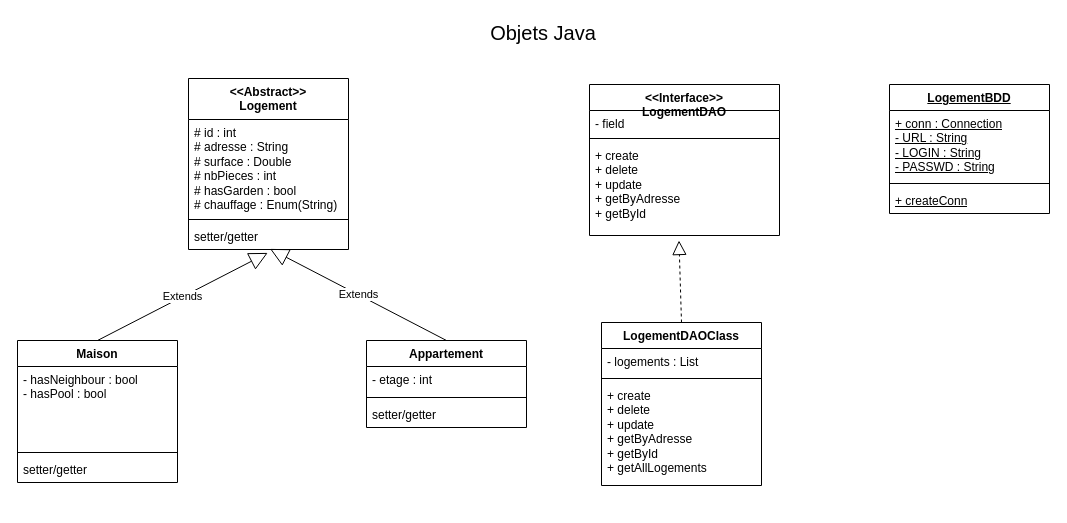
This is page "Page-1" (1 of 2) of UML/Java_Projet.drawio from QuentinSanterne/Projet_Java_M2I, a draw.io file, before an edit. Source tidied: cells renumbered, new cells numbered last; positions are measured from the earlier drawing's top-left corner, leaving out a move shared by most shapes. Both pictures are drawn from the tidied source at 100%, with x=0, y=0 at pixel (17, 17).
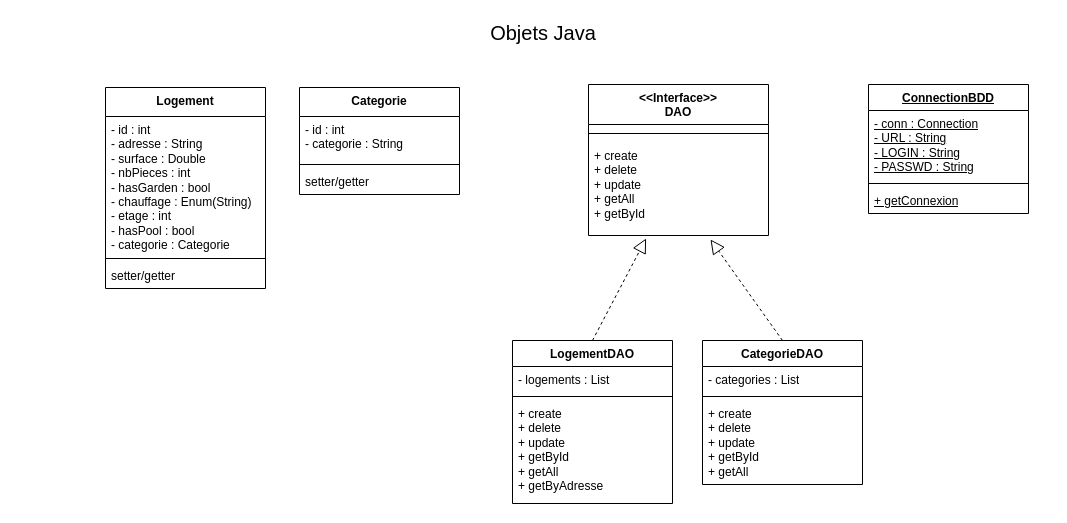
After the change.

Commit message:
Mettre à jour Java_Projet.drawio

Change to the diagram source:
```diff
@@
-    <mxCell id="2" value="&amp;lt;&amp;lt;Abstract&amp;gt;&amp;gt;&lt;br&gt;Logement" style="swimlane;fontStyle=1;align=center;verticalAlign=top;horizontal=1;startSize=41;whiteSpace=wrap;html=1;" parent="1" vertex="1">
-      <mxGeometry x="171" y="61" width="160" height="171" as="geometry" />
+    <mxCell id="2" value="Logement" style="swimlane;fontStyle=1;align=center;verticalAlign=top;horizontal=1;startSize=29;whiteSpace=wrap;html=1;direction=east;swimlaneLine=1;glass=0;rounded=0;shadow=0;" parent="1" vertex="1">
+      <mxGeometry x="88" y="70" width="160" height="201" as="geometry" />
     </mxCell>
-    <mxCell id="3" value="# id : int&lt;br&gt;# adresse : String&lt;div&gt;# surface : Double&lt;/div&gt;&lt;div&gt;# nbPieces : int&lt;/div&gt;&lt;div&gt;# hasGarden : bool&lt;/div&gt;&lt;div&gt;# chauffage : Enum(String)&lt;/div&gt;" style="text;strokeColor=none;fillColor=none;align=left;verticalAlign=top;spacingLeft=4;spacingRight=4;overflow=hidden;whiteSpace=wrap;html=1;" parent="2" vertex="1">
-      <mxGeometry y="41" width="160" height="96" as="geometry" />
+    <mxCell id="3" value="- id : int&lt;br&gt;- adresse : String&lt;div&gt;- surface : Double&lt;/div&gt;&lt;div&gt;- nbPieces : int&lt;/div&gt;&lt;div&gt;- hasGarden : bool&lt;/div&gt;&lt;div&gt;- chauffage : Enum(String)&lt;/div&gt;&lt;div&gt;- etage : int&lt;br&gt;&lt;/div&gt;&lt;div&gt;- hasPool : bool&lt;br&gt;&lt;/div&gt;&lt;div&gt;- categorie : Categorie&lt;/div&gt;" style="text;strokeColor=none;fillColor=none;align=left;verticalAlign=top;spacingLeft=4;spacingRight=4;overflow=hidden;whiteSpace=wrap;html=1;" parent="2" vertex="1">
+      <mxGeometry y="29" width="160" height="138" as="geometry" />
     </mxCell>
     <mxCell id="4" style="line;strokeWidth=1;fillColor=none;align=left;verticalAlign=middle;spacingTop=-1;spacingLeft=3;spacingRight=3;labelPosition=right;strokeColor=inherit;" parent="2" vertex="1">
-      <mxGeometry y="137" width="160" height="8" as="geometry" />
+      <mxGeometry y="167" width="160" height="8" as="geometry" />
     </mxCell>
     <mxCell id="5" value="setter/getter" style="text;strokeColor=none;fillColor=none;align=left;verticalAlign=top;spacingLeft=4;spacingRight=4;overflow=hidden;points=[[0,0.5],[1,0.5]];portConstraint=eastwest;whiteSpace=wrap;html=1;" parent="2" vertex="1">
-      <mxGeometry y="145" width="160" height="26" as="geometry" />
+      <mxGeometry y="175" width="160" height="26" as="geometry" />
     </mxCell>
-    <mxCell id="6" value="Maison" style="swimlane;fontStyle=1;align=center;verticalAlign=top;horizontal=1;startSize=26;whiteSpace=wrap;html=1;" parent="1" vertex="1">
-      <mxGeometry y="323" width="160" height="142" as="geometry" />
-    </mxCell>
-    <mxCell id="7" value="- hasNeighbour : bool&lt;div&gt;- hasPool : bool&lt;/div&gt;&lt;div&gt;&lt;br&gt;&lt;/div&gt;" style="text;strokeColor=none;fillColor=none;align=left;verticalAlign=top;spacingLeft=4;spacingRight=4;overflow=hidden;whiteSpace=wrap;html=1;" parent="6" vertex="1">
-      <mxGeometry y="26" width="160" height="82" as="geometry" />
-    </mxCell>
-    <mxCell id="8" style="line;strokeWidth=1;fillColor=none;align=left;verticalAlign=middle;spacingTop=-1;spacingLeft=3;spacingRight=3;labelPosition=right;strokeColor=inherit;" parent="6" vertex="1">
-      <mxGeometry y="108" width="160" height="8" as="geometry" />
-    </mxCell>
-    <mxCell id="9" value="setter/getter" style="text;strokeColor=none;fillColor=none;align=left;verticalAlign=top;spacingLeft=4;spacingRight=4;overflow=hidden;whiteSpace=wrap;html=1;" parent="6" vertex="1">
-      <mxGeometry y="116" width="160" height="26" as="geometry" />
-    </mxCell>
-    <mxCell id="10" value="Extends" style="endArrow=block;endSize=16;endFill=0;html=1;rounded=0;exitX=0.5;exitY=0;exitDx=0;exitDy=0;entryX=0.495;entryY=1.131;entryDx=0;entryDy=0;entryPerimeter=0;" parent="1" edge="1" source="6" target="5">
-      <mxGeometry relative="1" as="geometry" />
-    </mxCell>
-    <mxCell id="11" value="Appartement" style="swimlane;fontStyle=1;align=center;verticalAlign=top;horizontal=1;startSize=26;whiteSpace=wrap;html=1;" parent="1" vertex="1">
-      <mxGeometry x="349" y="323" width="160" height="87" as="geometry" />
-    </mxCell>
-    <mxCell id="12" value="&lt;div&gt;- etage : int&lt;/div&gt;" style="text;strokeColor=none;fillColor=none;align=left;verticalAlign=top;spacingLeft=4;spacingRight=4;overflow=hidden;whiteSpace=wrap;html=1;" parent="11" vertex="1">
-      <mxGeometry y="26" width="160" height="27" as="geometry" />
-    </mxCell>
-    <mxCell id="13" style="line;strokeWidth=1;fillColor=none;align=left;verticalAlign=middle;spacingTop=-1;spacingLeft=3;spacingRight=3;labelPosition=right;strokeColor=inherit;" parent="11" vertex="1">
-      <mxGeometry y="53" width="160" height="8" as="geometry" />
-    </mxCell>
-    <mxCell id="14" value="setter/getter" style="text;strokeColor=none;fillColor=none;align=left;verticalAlign=top;spacingLeft=4;spacingRight=4;overflow=hidden;whiteSpace=wrap;html=1;" parent="11" vertex="1">
-      <mxGeometry y="61" width="160" height="26" as="geometry" />
-    </mxCell>
-    <mxCell id="15" value="Extends" style="endArrow=block;endSize=16;endFill=0;html=1;rounded=0;exitX=0.5;exitY=0;exitDx=0;exitDy=0;entryX=0.51;entryY=0.977;entryDx=0;entryDy=0;entryPerimeter=0;" parent="1" edge="1" source="11" target="5">
-      <mxGeometry relative="1" as="geometry" />
-    </mxCell>
-    <mxCell id="16" value="&amp;lt;&amp;lt;Interface&amp;gt;&amp;gt;&lt;div&gt;LogementDAO&lt;/div&gt;" style="swimlane;fontStyle=1;align=center;verticalAlign=top;horizontal=1;startSize=26;whiteSpace=wrap;html=1;" parent="1" vertex="1">
-      <mxGeometry x="572" y="67" width="190" height="151" as="geometry" />
-    </mxCell>
-    <mxCell id="17" value="- field" style="text;strokeColor=none;fillColor=none;align=left;verticalAlign=top;spacingLeft=4;spacingRight=4;overflow=hidden;whiteSpace=wrap;html=1;" parent="16" vertex="1">
-      <mxGeometry y="26" width="190" height="24" as="geometry" />
-    </mxCell>
-    <mxCell id="18" style="line;strokeWidth=1;fillColor=none;align=left;verticalAlign=middle;spacingTop=-1;spacingLeft=3;spacingRight=3;labelPosition=right;strokeColor=inherit;" parent="16" vertex="1">
-      <mxGeometry y="50" width="190" height="8" as="geometry" />
-    </mxCell>
-    <mxCell id="19" value="+ create&lt;div&gt;+ delete&lt;/div&gt;&lt;div&gt;+ update&lt;/div&gt;&lt;div&gt;+ getByAdresse&lt;/div&gt;&lt;div&gt;+ getById&lt;/div&gt;" style="text;strokeColor=none;fillColor=none;align=left;verticalAlign=top;spacingLeft=4;spacingRight=4;overflow=hidden;points=[[0,0.5],[1,0.5]];portConstraint=eastwest;whiteSpace=wrap;html=1;" parent="16" vertex="1">
-      <mxGeometry y="58" width="190" height="93" as="geometry" />
-    </mxCell>
-    <mxCell id="20" value="&lt;u&gt;LogementBDD&lt;/u&gt;" style="swimlane;fontStyle=1;align=center;verticalAlign=top;horizontal=1;startSize=26;whiteSpace=wrap;html=1;" parent="1" vertex="1">
-      <mxGeometry x="872" y="67" width="160" height="129" as="geometry" />
+    <mxCell id="20" value="&lt;u&gt;ConnectionBDD&lt;/u&gt;" style="swimlane;fontStyle=1;align=center;verticalAlign=top;horizontal=1;startSize=26;whiteSpace=wrap;html=1;" parent="1" vertex="1">
+      <mxGeometry x="851" y="67" width="160" height="129" as="geometry" />
     </mxCell>
-    <mxCell id="21" value="&lt;u&gt;+ conn : Connection&lt;br&gt;- URL : String&lt;/u&gt;&lt;div&gt;&lt;u&gt;- LOGIN : String&lt;/u&gt;&lt;/div&gt;&lt;div&gt;&lt;u&gt;- PASSWD : String&lt;/u&gt;&lt;/div&gt;" style="text;strokeColor=none;fillColor=none;align=left;verticalAlign=top;spacingLeft=4;spacingRight=4;overflow=hidden;whiteSpace=wrap;html=1;" parent="20" vertex="1">
+    <mxCell id="21" value="&lt;u&gt;- conn : Connection&lt;br&gt;- URL : String&lt;/u&gt;&lt;div&gt;&lt;u&gt;- LOGIN : String&lt;/u&gt;&lt;/div&gt;&lt;div&gt;&lt;u&gt;- PASSWD : String&lt;/u&gt;&lt;/div&gt;" style="text;strokeColor=none;fillColor=none;align=left;verticalAlign=top;spacingLeft=4;spacingRight=4;overflow=hidden;whiteSpace=wrap;html=1;" parent="20" vertex="1">
       <mxGeometry y="26" width="160" height="69" as="geometry" />
     </mxCell>
@@
-    <mxCell id="23" value="&lt;u&gt;+ createConn&lt;/u&gt;" style="text;strokeColor=none;fillColor=none;align=left;verticalAlign=top;spacingLeft=4;spacingRight=4;overflow=hidden;whiteSpace=wrap;html=1;" parent="20" vertex="1">
+    <mxCell id="23" value="&lt;u&gt;+ getConnexion&lt;/u&gt;" style="text;strokeColor=none;fillColor=none;align=left;verticalAlign=top;spacingLeft=4;spacingRight=4;overflow=hidden;whiteSpace=wrap;html=1;" parent="20" vertex="1">
       <mxGeometry y="103" width="160" height="26" as="geometry" />
     </mxCell>
@@
-    <mxCell id="25" value="LogementDAOClass" style="swimlane;fontStyle=1;align=center;verticalAlign=top;horizontal=1;startSize=26;whiteSpace=wrap;html=1;" parent="1" vertex="1">
-      <mxGeometry x="584" y="305" width="160" height="163" as="geometry" />
+    <mxCell id="25" value="LogementDAO" style="swimlane;fontStyle=1;align=center;verticalAlign=top;horizontal=1;startSize=26;whiteSpace=wrap;html=1;" parent="1" vertex="1">
+      <mxGeometry x="495" y="323" width="160" height="163" as="geometry" />
     </mxCell>
@@
-    <mxCell id="28" value="+ create&lt;div&gt;+ delete&lt;/div&gt;&lt;div&gt;+ update&lt;/div&gt;&lt;div&gt;+ getByAdresse&lt;/div&gt;&lt;div&gt;+ getById&lt;/div&gt;&lt;div&gt;+ getAllLogements&lt;/div&gt;" style="text;strokeColor=none;fillColor=none;align=left;verticalAlign=top;spacingLeft=4;spacingRight=4;overflow=hidden;whiteSpace=wrap;html=1;" parent="25" vertex="1">
+    <mxCell id="28" value="+ create&lt;div&gt;+ delete&lt;/div&gt;&lt;div&gt;+ update&lt;/div&gt;&lt;div&gt;&lt;span style=&quot;background-color: initial;&quot;&gt;+ getById&lt;/span&gt;&lt;br&gt;&lt;/div&gt;&lt;div&gt;+ getAll&lt;/div&gt;&lt;div&gt;+ getByAdresse&lt;br&gt;&lt;/div&gt;" style="text;strokeColor=none;fillColor=none;align=left;verticalAlign=top;spacingLeft=4;spacingRight=4;overflow=hidden;whiteSpace=wrap;html=1;" parent="25" vertex="1">
       <mxGeometry y="60" width="160" height="103" as="geometry" />
     </mxCell>
-    <mxCell id="29" style="endArrow=block;dashed=1;endFill=0;endSize=12;html=1;rounded=0;exitX=0.5;exitY=0;exitDx=0;exitDy=0;entryX=0.471;entryY=1.054;entryDx=0;entryDy=0;entryPerimeter=0;" parent="1" edge="1" source="25" target="19">
+    <mxCell id="29" style="endArrow=block;dashed=1;endFill=0;endSize=12;html=1;rounded=0;exitX=0.5;exitY=0;exitDx=0;exitDy=0;entryX=0.32;entryY=1.032;entryDx=0;entryDy=0;entryPerimeter=0;" parent="1" edge="1" source="25" target="32">
       <mxGeometry relative="1" as="geometry" />
     </mxCell>
+    <mxCell id="30" value="&amp;lt;&amp;lt;Interface&amp;gt;&amp;gt;&lt;div style=&quot;line-height: 120%;&quot;&gt;DAO&lt;/div&gt;" style="swimlane;fontStyle=1;align=center;verticalAlign=top;horizontal=1;startSize=40;whiteSpace=wrap;html=1;swimlaneLine=1;shadow=0;swimlaneFillColor=none;fillColor=default;labelPosition=center;verticalLabelPosition=middle;" parent="1" vertex="1">
+      <mxGeometry x="571" y="67" width="180" height="151" as="geometry" />
+    </mxCell>
+    <mxCell id="31" style="line;strokeWidth=1;fillColor=none;align=left;verticalAlign=middle;spacingTop=-1;spacingLeft=3;spacingRight=3;labelPosition=right;strokeColor=inherit;" parent="30" vertex="1">
+      <mxGeometry y="40" width="180" height="18" as="geometry" />
+    </mxCell>
+    <mxCell id="32" value="+ create&lt;div&gt;+ delete&lt;/div&gt;&lt;div&gt;+ update&lt;/div&gt;&lt;div&gt;+ getAll&lt;/div&gt;&lt;div&gt;+ getById&lt;/div&gt;" style="text;strokeColor=none;fillColor=none;align=left;verticalAlign=top;spacingLeft=4;spacingRight=4;overflow=hidden;points=[[0,0.5],[1,0.5]];portConstraint=eastwest;whiteSpace=wrap;html=1;" parent="30" vertex="1">
+      <mxGeometry y="58" width="180" height="93" as="geometry" />
+    </mxCell>
+    <mxCell id="33" value="CategorieDAO" style="swimlane;fontStyle=1;align=center;verticalAlign=top;horizontal=1;startSize=26;whiteSpace=wrap;html=1;" parent="1" vertex="1">
+      <mxGeometry x="685" y="323" width="160" height="144" as="geometry" />
+    </mxCell>
+    <mxCell id="34" value="- categories : List" style="text;strokeColor=none;fillColor=none;align=left;verticalAlign=top;spacingLeft=4;spacingRight=4;overflow=hidden;whiteSpace=wrap;html=1;" parent="33" vertex="1">
+      <mxGeometry y="26" width="160" height="26" as="geometry" />
+    </mxCell>
+    <mxCell id="35" style="line;strokeWidth=1;fillColor=none;align=left;verticalAlign=middle;spacingTop=-1;spacingLeft=3;spacingRight=3;labelPosition=right;strokeColor=inherit;" parent="33" vertex="1">
+      <mxGeometry y="52" width="160" height="8" as="geometry" />
+    </mxCell>
+    <mxCell id="36" value="+ create&lt;div&gt;+ delete&lt;/div&gt;&lt;div&gt;+ update&lt;/div&gt;&lt;div&gt;+ getById&lt;/div&gt;&lt;div&gt;+ getAll&lt;/div&gt;" style="text;strokeColor=none;fillColor=none;align=left;verticalAlign=top;spacingLeft=4;spacingRight=4;overflow=hidden;whiteSpace=wrap;html=1;" parent="33" vertex="1">
+      <mxGeometry y="60" width="160" height="84" as="geometry" />
+    </mxCell>
+    <mxCell id="37" style="endArrow=block;dashed=1;endFill=0;endSize=12;html=1;rounded=0;exitX=0.5;exitY=0;exitDx=0;exitDy=0;" parent="1" edge="1" source="33">
+      <mxGeometry relative="1" as="geometry">
+        <mxPoint x="693" y="222" as="targetPoint" />
+      </mxGeometry>
+    </mxCell>
+    <mxCell id="38" value="Categorie" style="swimlane;fontStyle=1;align=center;verticalAlign=top;horizontal=1;startSize=29;whiteSpace=wrap;html=1;direction=east;swimlaneLine=1;glass=0;rounded=0;shadow=0;" parent="1" vertex="1">
+      <mxGeometry x="282" y="70" width="160" height="107" as="geometry" />
+    </mxCell>
+    <mxCell id="39" value="- id : int&lt;div&gt;- categorie : String&lt;/div&gt;" style="text;strokeColor=none;fillColor=none;align=left;verticalAlign=top;spacingLeft=4;spacingRight=4;overflow=hidden;whiteSpace=wrap;html=1;" parent="38" vertex="1">
+      <mxGeometry y="29" width="160" height="44" as="geometry" />
+    </mxCell>
+    <mxCell id="40" style="line;strokeWidth=1;fillColor=none;align=left;verticalAlign=middle;spacingTop=-1;spacingLeft=3;spacingRight=3;labelPosition=right;strokeColor=inherit;" parent="38" vertex="1">
+      <mxGeometry y="73" width="160" height="8" as="geometry" />
+    </mxCell>
+    <mxCell id="41" value="setter/getter" style="text;strokeColor=none;fillColor=none;align=left;verticalAlign=top;spacingLeft=4;spacingRight=4;overflow=hidden;whiteSpace=wrap;html=1;" parent="38" vertex="1">
+      <mxGeometry y="81" width="160" height="26" as="geometry" />
+    </mxCell>
```
